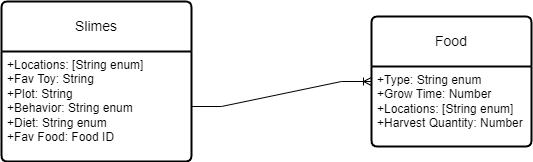
Above: assets/ERD - P4.drawio.png in kfacison/slimepedia_api_p4 (draw.io), before the change. Source tidied: cells renumbered, new cells last; positions are measured from the earlier drawing's top-left corner, leaving out a move shared by most shapes.
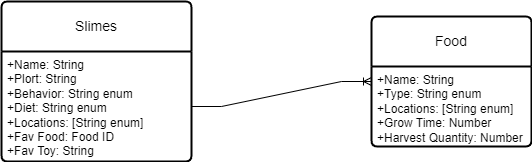
The same diagram one commit later.

Change to the diagram source:
```diff
@@ -5,13 +5,13 @@
     <mxCell id="2" value="Slimes" style="swimlane;horizontal=1;startSize=50;rounded=1;fontSize=14;fontStyle=0;strokeWidth=2;shadow=0;dashed=0;align=center;arcSize=4;whiteSpace=wrap;html=1;" parent="1" vertex="1">
       <mxGeometry width="190" height="160" as="geometry" />
     </mxCell>
-    <mxCell id="3" value="+Locations: [String enum]&lt;br&gt;+Fav Toy: String&lt;br&gt;+Plot: String&lt;br&gt;+Behavior: String enum&lt;br&gt;+Diet: String enum&lt;br&gt;+Fav Food: Food ID" style="align=left;strokeColor=none;fillColor=none;spacingLeft=4;fontSize=12;verticalAlign=top;html=1;" parent="2" vertex="1">
+    <mxCell id="3" value="+Name: String&lt;br&gt;+Plort: String&lt;br&gt;+Behavior: String enum&lt;br&gt;+Diet: String enum&lt;br&gt;+Locations: [String enum]&lt;br&gt;+Fav Food: Food ID&lt;br&gt;+Fav Toy: String" style="align=left;strokeColor=none;fillColor=none;spacingLeft=4;fontSize=12;verticalAlign=top;html=1;" parent="2" vertex="1">
       <mxGeometry y="50" width="190" height="110" as="geometry" />
     </mxCell>
     <mxCell id="4" value="Food" style="swimlane;horizontal=1;startSize=50;rounded=1;fontSize=14;fontStyle=0;strokeWidth=2;shadow=0;dashed=0;align=center;arcSize=4;whiteSpace=wrap;html=1;" parent="1" vertex="1">
       <mxGeometry x="370" y="15" width="160" height="130" as="geometry" />
     </mxCell>
-    <mxCell id="5" value="+Type: String enum&lt;br&gt;+Grow Time: Number&lt;br&gt;+Locations: [String enum]&lt;br&gt;+Harvest Quantity: Number" style="align=left;strokeColor=none;fillColor=none;spacingLeft=4;fontSize=12;verticalAlign=top;html=1;" parent="4" vertex="1">
+    <mxCell id="5" value="+Name: String&lt;br&gt;+Type: String enum&lt;br&gt;+Locations: [String enum]&lt;br&gt;+Grow Time: Number&lt;br&gt;+Harvest Quantity: Number" style="align=left;strokeColor=none;fillColor=none;spacingLeft=4;fontSize=12;verticalAlign=top;html=1;" parent="4" vertex="1">
       <mxGeometry y="50" width="160" height="80" as="geometry" />
     </mxCell>
     <mxCell id="6" style="edgeStyle=entityRelationEdgeStyle;fontSize=12;html=1;endArrow=ERoneToMany;rounded=0;entryX=0;entryY=0.5;entryDx=0;entryDy=0;" parent="1" edge="1" source="3" target="4">
```
